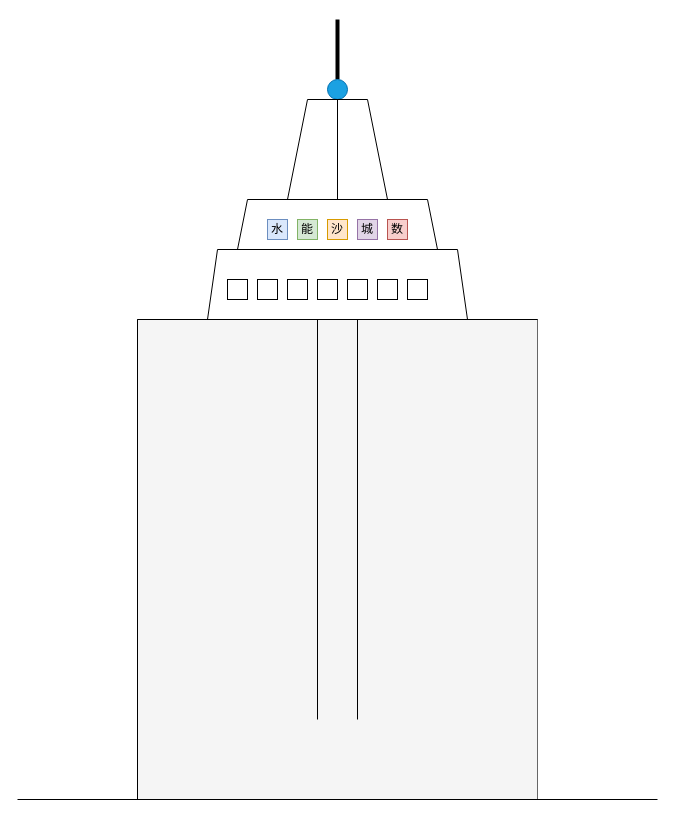
Before: 低代码—物料.drawio in tangyaosimida/love, a draw.io diagram. Source tidied: cells renumbered, new cells numbered last; positions are measured from the earlier drawing's top-left corner, leaving out a move shared by most shapes. Both pictures are drawn from the tidied source at 100%, with x=0, y=0 at pixel (17, 19).
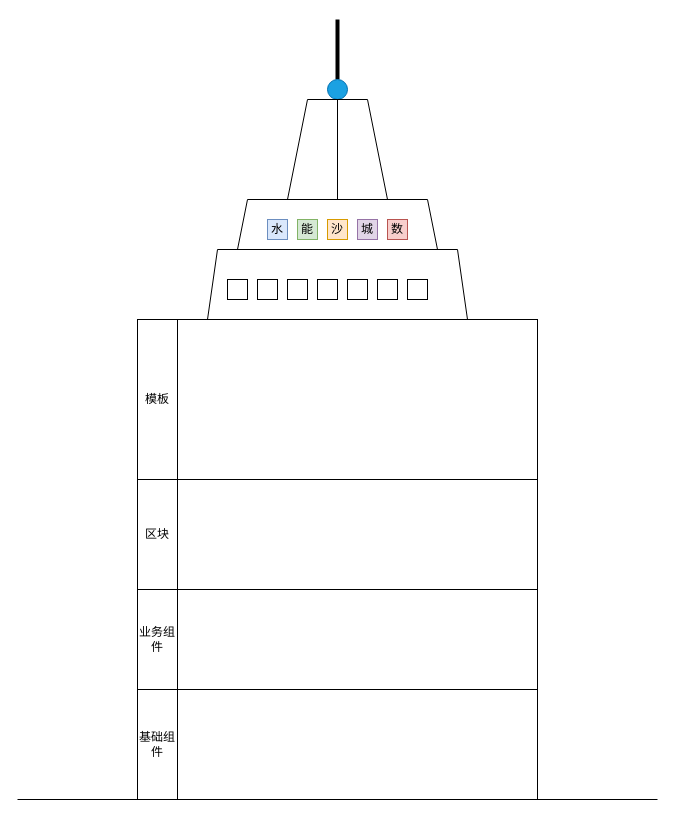
The same page after the edit.

Commit message:
更新低代码—物料.drawio

The edit, as a diff of the source:
```diff
@@
-    <mxCell id="2" style="rounded=0;whiteSpace=wrap;html=1;fillColor=#f5f5f5;fontColor=#333333;strokeColor=#666666;" parent="1" vertex="1">
-      <mxGeometry x="120" y="300" width="400" height="480" as="geometry" />
-    </mxCell>
@@
-    <mxCell id="10" style="endArrow=none;html=1;rounded=0;" parent="1" edge="1" target="2">
+    <mxCell id="10" style="endArrow=none;html=1;rounded=0;" parent="1" edge="1">
       <mxGeometry relative="1" as="geometry">
         <mxPoint x="120" y="780" as="sourcePoint" />
+        <mxPoint x="520" y="780" as="targetPoint" />
         <Array as="points">
           <mxPoint x="120" y="300" />
           <mxPoint x="520" y="300" />
         </Array>
       </mxGeometry>
     </mxCell>
-    <mxCell id="11" style="endArrow=none;html=1;rounded=0;" parent="1" edge="1">
-      <mxGeometry relative="1" as="geometry">
-        <mxPoint x="300" y="700" as="sourcePoint" />
-        <mxPoint x="300" y="300" as="targetPoint" />
-      </mxGeometry>
-    </mxCell>
-    <mxCell id="12" style="endArrow=none;html=1;rounded=0;" parent="1" edge="1">
-      <mxGeometry relative="1" as="geometry">
-        <mxPoint x="340" y="700" as="sourcePoint" />
-        <mxPoint x="340" y="300" as="targetPoint" />
-      </mxGeometry>
-    </mxCell>
@@
+    <mxCell id="26" style="rounded=0;whiteSpace=wrap;html=1;" parent="1" vertex="1">
+      <mxGeometry x="120" y="670" width="400" height="110" as="geometry" />
+    </mxCell>
+    <mxCell id="27" style="rounded=0;whiteSpace=wrap;html=1;" parent="1" vertex="1">
+      <mxGeometry x="120" y="570" width="400" height="100" as="geometry" />
+    </mxCell>
+    <mxCell id="28" style="rounded=0;whiteSpace=wrap;html=1;" parent="1" vertex="1">
+      <mxGeometry x="120" y="460" width="400" height="110" as="geometry" />
+    </mxCell>
+    <mxCell id="29" style="rounded=0;whiteSpace=wrap;html=1;" parent="1" vertex="1">
+      <mxGeometry x="120" y="300" width="400" height="160" as="geometry" />
+    </mxCell>
+    <mxCell id="30" value="模板" style="rounded=0;whiteSpace=wrap;html=1;" parent="1" vertex="1">
+      <mxGeometry x="120" y="300" width="40" height="160" as="geometry" />
+    </mxCell>
+    <mxCell id="31" value="区块" style="rounded=0;whiteSpace=wrap;html=1;" parent="1" vertex="1">
+      <mxGeometry x="120" y="460" width="40" height="110" as="geometry" />
+    </mxCell>
+    <mxCell id="32" value="基础组件" style="rounded=0;whiteSpace=wrap;html=1;" parent="1" vertex="1">
+      <mxGeometry x="120" y="670" width="40" height="110" as="geometry" />
+    </mxCell>
+    <mxCell id="33" value="业务组件" style="rounded=0;whiteSpace=wrap;html=1;" parent="1" vertex="1">
+      <mxGeometry x="120" y="570" width="40" height="100" as="geometry" />
+    </mxCell>
```
